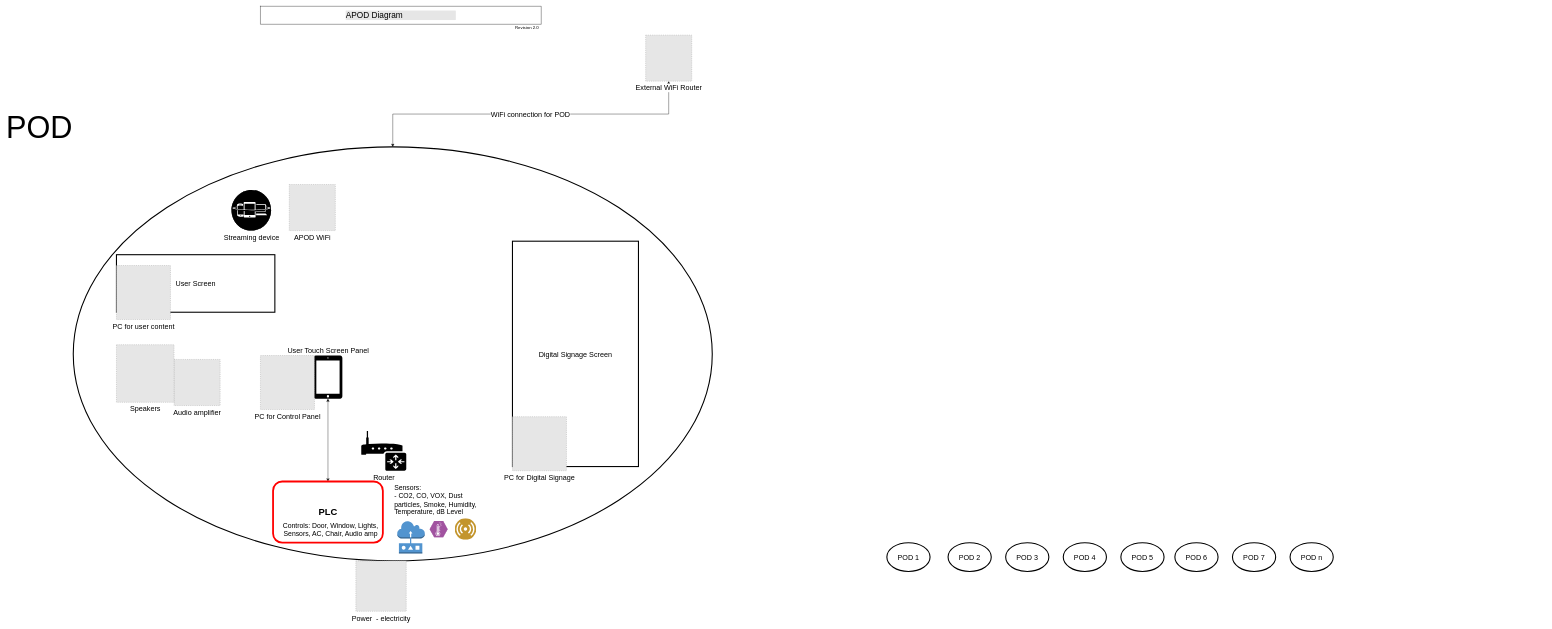
matevz-dev/Airpod keeps this draw.io diagram as AIRPOD_Diagram.drawio. Above is the earlier version. Source tidied: cells renumbered, new cells numbered last; positions are measured from the earlier drawing's top-left corner, leaving out a move shared by most shapes. Both pictures are drawn from the tidied source at 36%, with x=0, y=0 at pixel (73, 6). Pictures stored in the file or linked from it are replaced by grey dashed boxes.
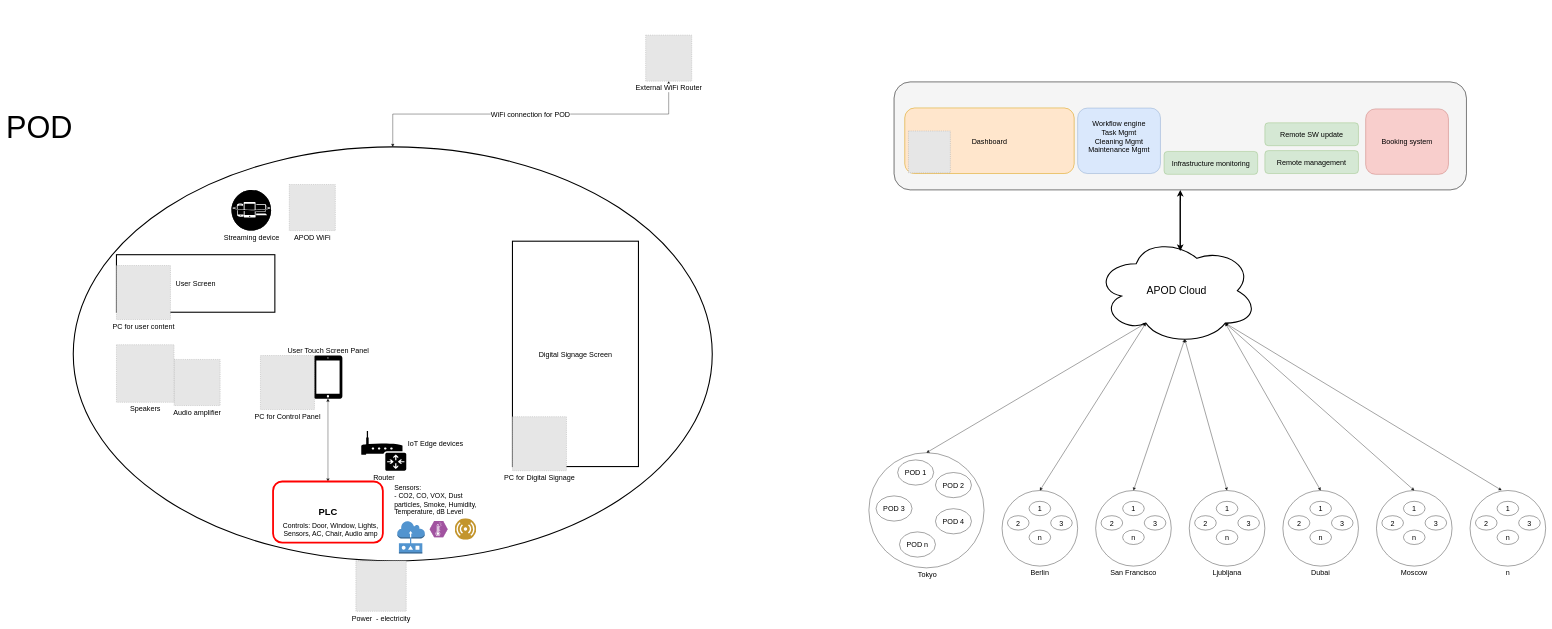
The same page after the edit.

Change to the diagram source:
```diff
@@
-    <mxCell id="5" style="shape=table;html=1;whiteSpace=wrap;startSize=0;childLayout=tableLayout;labelBackgroundColor=#E6E6E6;" parent="1" vertex="1">
-      <mxGeometry x="520" width="780" height="50" as="geometry" />
-    </mxCell>
-    <mxCell id="6" style="shape=partialRectangle;html=1;whiteSpace=wrap;fillColor=none;top=0;left=0;bottom=0;right=0;labelBackgroundColor=#E6E6E6;" parent="5" vertex="1">
-      <mxGeometry width="780" height="50" as="geometry" />
-    </mxCell>
-    <mxCell id="7" value="&lt;font style=&quot;font-size: 23px&quot;&gt;&lt;span style=&quot;background-color: rgb(230 , 230 , 230)&quot;&gt;&lt;font style=&quot;font-size: 23px&quot;&gt;APOD Diagram &amp;nbsp;&amp;nbsp;&amp;nbsp;&amp;nbsp;&amp;nbsp;&amp;nbsp;&amp;nbsp;&amp;nbsp;&amp;nbsp;&amp;nbsp;&amp;nbsp;&amp;nbsp;&amp;nbsp;&amp;nbsp;&amp;nbsp;&amp;nbsp;&amp;nbsp;&amp;nbsp;&amp;nbsp;&amp;nbsp;&amp;nbsp;&amp;nbsp; &lt;/font&gt;&lt;/span&gt;&lt;/font&gt;" style="shape=partialRectangle;html=1;whiteSpace=wrap;overflow=hidden;fillColor=none;top=0;left=0;bottom=0;right=0;align=center;labelBackgroundColor=#E6E6E6;" parent="6" vertex="1">
-      <mxGeometry width="780" height="50" as="geometry" />
-    </mxCell>
-    <mxCell id="8" value="Revision 2.0" style="text;html=1;align=center;verticalAlign=middle;" parent="1" vertex="1">
-      <mxGeometry x="1220" y="50" width="80" height="20" as="geometry" />
-    </mxCell>
@@
-    <mxCell id="28" value="POD 7" style="ellipse;whiteSpace=wrap;html=1;strokeColor=#000000;strokeWidth=3;fillColor=none;fontSize=20;fontColor=#000000;align=center;" parent="1" vertex="1">
-      <mxGeometry x="3220" y="1490" width="120" height="80" as="geometry" />
-    </mxCell>
-    <mxCell id="29" value="POD 6" style="ellipse;whiteSpace=wrap;html=1;strokeColor=#000000;strokeWidth=3;fillColor=none;fontSize=20;fontColor=#000000;align=center;" parent="1" vertex="1">
-      <mxGeometry x="3060" y="1490" width="120" height="80" as="geometry" />
-    </mxCell>
-    <mxCell id="30" value="POD 5" style="ellipse;whiteSpace=wrap;html=1;strokeColor=#000000;strokeWidth=3;fillColor=none;fontSize=20;fontColor=#000000;align=center;" parent="1" vertex="1">
-      <mxGeometry x="2910" y="1490" width="120" height="80" as="geometry" />
-    </mxCell>
-    <mxCell id="31" value="POD 4" style="ellipse;whiteSpace=wrap;html=1;strokeColor=#000000;strokeWidth=3;fillColor=none;fontSize=20;fontColor=#000000;align=center;" parent="1" vertex="1">
-      <mxGeometry x="2750" y="1490" width="120" height="80" as="geometry" />
-    </mxCell>
-    <mxCell id="32" value="POD 3" style="ellipse;whiteSpace=wrap;html=1;strokeColor=#000000;strokeWidth=3;fillColor=none;fontSize=20;fontColor=#000000;align=center;" parent="1" vertex="1">
-      <mxGeometry x="2590" y="1490" width="120" height="80" as="geometry" />
-    </mxCell>
+    <mxCell id="36" style="edgeStyle=none;rounded=0;jettySize=auto;html=1;entryX=0.8;entryY=0.8;entryDx=0;entryDy=0;entryPerimeter=0;startArrow=classic;startFill=1;fontSize=85;fontColor=#000000;exitX=0.5;exitY=0;exitDx=0;exitDy=0;" parent="1" edge="1" source="76" target="44">
+      <mxGeometry relative="1" as="geometry" />
+    </mxCell>
+    <mxCell id="37" style="edgeStyle=none;rounded=0;jettySize=auto;html=1;entryX=0.8;entryY=0.8;entryDx=0;entryDy=0;entryPerimeter=0;startArrow=classic;startFill=1;fontSize=85;fontColor=#000000;exitX=0.5;exitY=0;exitDx=0;exitDy=0;" parent="1" edge="1" source="70" target="44">
+      <mxGeometry relative="1" as="geometry" />
+    </mxCell>
+    <mxCell id="38" style="edgeStyle=none;rounded=0;jettySize=auto;html=1;entryX=0.55;entryY=0.95;entryDx=0;entryDy=0;entryPerimeter=0;startArrow=classic;startFill=1;fontSize=85;fontColor=#000000;exitX=0.5;exitY=0;exitDx=0;exitDy=0;" parent="1" edge="1" source="64" target="44">
+      <mxGeometry relative="1" as="geometry" />
+    </mxCell>
+    <mxCell id="39" style="edgeStyle=none;rounded=0;jettySize=auto;html=1;entryX=0.55;entryY=0.95;entryDx=0;entryDy=0;entryPerimeter=0;startArrow=classic;startFill=1;fontSize=85;fontColor=#000000;exitX=0.5;exitY=0;exitDx=0;exitDy=0;" parent="1" edge="1" source="58" target="44">
+      <mxGeometry relative="1" as="geometry" />
+    </mxCell>
+    <mxCell id="40" style="edgeStyle=none;rounded=0;jettySize=auto;html=1;entryX=0.31;entryY=0.8;entryDx=0;entryDy=0;entryPerimeter=0;startArrow=classic;startFill=1;fontSize=85;fontColor=#000000;exitX=0.5;exitY=0;exitDx=0;exitDy=0;" parent="1" edge="1" source="52" target="44">
+      <mxGeometry relative="1" as="geometry" />
+    </mxCell>
+    <mxCell id="41" style="rounded=0;jettySize=auto;html=1;entryX=0.31;entryY=0.8;entryDx=0;entryDy=0;entryPerimeter=0;startArrow=classic;startFill=1;fontSize=85;fontColor=#000000;exitX=0.5;exitY=0;exitDx=0;exitDy=0;" parent="1" edge="1" source="46" target="44">
+      <mxGeometry relative="1" as="geometry" />
+    </mxCell>
+    <mxCell id="42" style="edgeStyle=none;rounded=0;jettySize=auto;html=1;entryX=0.8;entryY=0.8;entryDx=0;entryDy=0;entryPerimeter=0;startArrow=classic;startFill=1;fontSize=85;fontColor=#000000;exitX=0.417;exitY=-0.003;exitDx=0;exitDy=0;exitPerimeter=0;" parent="1" edge="1" source="82" target="44">
+      <mxGeometry relative="1" as="geometry" />
+    </mxCell>
+    <mxCell id="43" style="edgeStyle=none;rounded=0;jettySize=auto;html=1;exitX=0.522;exitY=0.133;exitDx=0;exitDy=0;exitPerimeter=0;entryX=0.5;entryY=1;entryDx=0;entryDy=0;startArrow=classic;startFill=1;fontSize=20;fontColor=#000000;strokeWidth=4;" parent="1" edge="1" source="44" target="85">
+      <mxGeometry relative="1" as="geometry" />
+    </mxCell>
+    <mxCell id="44" value="APOD Cloud" style="ellipse;shape=cloud;whiteSpace=wrap;html=1;strokeColor=#000000;strokeWidth=3;fillColor=none;fontSize=29;fontColor=#000000;align=center;" parent="1" vertex="1">
+      <mxGeometry x="2840" y="640" width="450" height="300" as="geometry" />
+    </mxCell>
+    <mxCell id="45" style="group;" parent="1" vertex="1">
+      <mxGeometry x="2210" y="1220" width="320" height="320" as="geometry" />
+    </mxCell>
+    <mxCell id="46" value="&lt;div&gt;&amp;nbsp;Tokyo&lt;/div&gt;" style="ellipse;whiteSpace=wrap;html=1;strokeColor=#000000;strokeWidth=1;fillColor=none;fontSize=20;fontColor=#000000;align=center;labelPosition=center;verticalLabelPosition=bottom;verticalAlign=top;" parent="45" vertex="1">
+      <mxGeometry y="20" width="320" height="320" as="geometry" />
+    </mxCell>
-    <mxCell id="33" value="POD 2" style="ellipse;whiteSpace=wrap;html=1;strokeColor=#000000;strokeWidth=3;fillColor=none;fontSize=20;fontColor=#000000;align=center;" parent="1" vertex="1">
-      <mxGeometry x="2430" y="1490" width="120" height="80" as="geometry" />
+    <mxCell id="33" value="POD 2" style="ellipse;whiteSpace=wrap;html=1;strokeColor=#000000;strokeWidth=1;fillColor=none;fontSize=20;fontColor=#000000;align=center;" parent="45" vertex="1">
+      <mxGeometry x="185" y="75" width="100" height="70" as="geometry" />
     </mxCell>
-    <mxCell id="34" value="POD 1" style="ellipse;whiteSpace=wrap;html=1;strokeColor=#000000;strokeWidth=3;fillColor=none;fontSize=20;fontColor=#000000;align=center;" parent="1" vertex="1">
-      <mxGeometry x="2260" y="1490" width="120" height="80" as="geometry" />
+    <mxCell id="34" value="POD 1" style="ellipse;whiteSpace=wrap;html=1;strokeColor=#000000;strokeWidth=1;fillColor=none;fontSize=20;fontColor=#000000;align=center;" parent="45" vertex="1">
+      <mxGeometry x="80" y="40" width="100" height="70" as="geometry" />
     </mxCell>
+    <mxCell id="32" value="POD 3" style="ellipse;whiteSpace=wrap;html=1;strokeColor=#000000;strokeWidth=1;fillColor=none;fontSize=20;fontColor=#000000;align=center;" parent="45" vertex="1">
+      <mxGeometry x="20" y="140" width="100" height="70" as="geometry" />
+    </mxCell>
-    <mxCell id="35" value="POD n" style="ellipse;whiteSpace=wrap;html=1;strokeColor=#000000;strokeWidth=3;fillColor=none;fontSize=20;fontColor=#000000;align=center;" parent="1" vertex="1">
-      <mxGeometry x="3380" y="1490" width="120" height="80" as="geometry" />
+    <mxCell id="35" value="POD n" style="ellipse;whiteSpace=wrap;html=1;strokeColor=#000000;strokeWidth=1;fillColor=none;fontSize=20;fontColor=#000000;align=center;" parent="45" vertex="1">
+      <mxGeometry x="85" y="240" width="100" height="70" as="geometry" />
     </mxCell>
+    <mxCell id="31" value="POD 4" style="ellipse;whiteSpace=wrap;html=1;strokeColor=#000000;strokeWidth=1;fillColor=none;fontSize=20;fontColor=#000000;align=center;" parent="45" vertex="1">
+      <mxGeometry x="185" y="175.5" width="100" height="70" as="geometry" />
+    </mxCell>
+    <mxCell id="47" style="group;" parent="1" vertex="1">
+      <mxGeometry x="2580" y="1345" width="210" height="210" as="geometry" />
+    </mxCell>
+    <mxCell id="48" value="1" style="ellipse;whiteSpace=wrap;html=1;strokeColor=#000000;strokeWidth=1;fillColor=none;fontSize=20;fontColor=#000000;align=center;" parent="47" vertex="1">
+      <mxGeometry x="75" y="30" width="60" height="40" as="geometry" />
+    </mxCell>
+    <mxCell id="49" value="3" style="ellipse;whiteSpace=wrap;html=1;strokeColor=#000000;strokeWidth=1;fillColor=none;fontSize=20;fontColor=#000000;align=center;" parent="47" vertex="1">
+      <mxGeometry x="135" y="70" width="60" height="40" as="geometry" />
+    </mxCell>
+    <mxCell id="50" value="n" style="ellipse;whiteSpace=wrap;html=1;strokeColor=#000000;strokeWidth=1;fillColor=none;fontSize=20;fontColor=#000000;align=center;" parent="47" vertex="1">
+      <mxGeometry x="75" y="110" width="60" height="40" as="geometry" />
+    </mxCell>
+    <mxCell id="51" value="2" style="ellipse;whiteSpace=wrap;html=1;strokeColor=#000000;strokeWidth=1;fillColor=none;fontSize=20;fontColor=#000000;align=center;" parent="47" vertex="1">
+      <mxGeometry x="15" y="70" width="60" height="40" as="geometry" />
+    </mxCell>
+    <mxCell id="52" value="Berlin" style="ellipse;whiteSpace=wrap;html=1;strokeColor=#000000;strokeWidth=1;fillColor=none;fontSize=20;fontColor=#000000;align=center;labelPosition=center;verticalLabelPosition=bottom;verticalAlign=top;" parent="47" vertex="1">
+      <mxGeometry width="210" height="210" as="geometry" />
+    </mxCell>
+    <mxCell id="53" value="San Francisco" style="group;labelPosition=center;verticalLabelPosition=bottom;align=center;verticalAlign=top;fontSize=20;" parent="1" vertex="1">
+      <mxGeometry x="2840" y="1345" width="210" height="210" as="geometry" />
+    </mxCell>
+    <mxCell id="54" value="1" style="ellipse;whiteSpace=wrap;html=1;strokeColor=#000000;strokeWidth=1;fillColor=none;fontSize=20;fontColor=#000000;align=center;" parent="53" vertex="1">
+      <mxGeometry x="75" y="30" width="60" height="40" as="geometry" />
+    </mxCell>
+    <mxCell id="55" value="3" style="ellipse;whiteSpace=wrap;html=1;strokeColor=#000000;strokeWidth=1;fillColor=none;fontSize=20;fontColor=#000000;align=center;" parent="53" vertex="1">
+      <mxGeometry x="135" y="70" width="60" height="40" as="geometry" />
+    </mxCell>
+    <mxCell id="56" value="n" style="ellipse;whiteSpace=wrap;html=1;strokeColor=#000000;strokeWidth=1;fillColor=none;fontSize=20;fontColor=#000000;align=center;" parent="53" vertex="1">
+      <mxGeometry x="75" y="110" width="60" height="40" as="geometry" />
+    </mxCell>
+    <mxCell id="57" value="2" style="ellipse;whiteSpace=wrap;html=1;strokeColor=#000000;strokeWidth=1;fillColor=none;fontSize=20;fontColor=#000000;align=center;" parent="53" vertex="1">
+      <mxGeometry x="15" y="70" width="60" height="40" as="geometry" />
+    </mxCell>
+    <mxCell id="58" style="ellipse;whiteSpace=wrap;html=1;strokeColor=#000000;strokeWidth=1;fillColor=none;fontSize=20;fontColor=#000000;align=center;labelPosition=center;verticalLabelPosition=bottom;verticalAlign=top;" parent="53" vertex="1">
+      <mxGeometry width="210" height="210" as="geometry" />
+    </mxCell>
+    <mxCell id="59" value="Ljubljana" style="group;labelPosition=center;verticalLabelPosition=bottom;align=center;verticalAlign=top;fontSize=20;" parent="1" vertex="1">
+      <mxGeometry x="3100" y="1345" width="210" height="210" as="geometry" />
+    </mxCell>
+    <mxCell id="60" value="1" style="ellipse;whiteSpace=wrap;html=1;strokeColor=#000000;strokeWidth=1;fillColor=none;fontSize=20;fontColor=#000000;align=center;" parent="59" vertex="1">
+      <mxGeometry x="75" y="30" width="60" height="40" as="geometry" />
+    </mxCell>
+    <mxCell id="61" value="3" style="ellipse;whiteSpace=wrap;html=1;strokeColor=#000000;strokeWidth=1;fillColor=none;fontSize=20;fontColor=#000000;align=center;" parent="59" vertex="1">
+      <mxGeometry x="135" y="70" width="60" height="40" as="geometry" />
+    </mxCell>
+    <mxCell id="62" value="n" style="ellipse;whiteSpace=wrap;html=1;strokeColor=#000000;strokeWidth=1;fillColor=none;fontSize=20;fontColor=#000000;align=center;" parent="59" vertex="1">
+      <mxGeometry x="75" y="110" width="60" height="40" as="geometry" />
+    </mxCell>
+    <mxCell id="63" value="2" style="ellipse;whiteSpace=wrap;html=1;strokeColor=#000000;strokeWidth=1;fillColor=none;fontSize=20;fontColor=#000000;align=center;" parent="59" vertex="1">
+      <mxGeometry x="15" y="70" width="60" height="40" as="geometry" />
+    </mxCell>
+    <mxCell id="64" style="ellipse;whiteSpace=wrap;html=1;strokeColor=#000000;strokeWidth=1;fillColor=none;fontSize=20;fontColor=#000000;align=center;labelPosition=center;verticalLabelPosition=bottom;verticalAlign=top;" parent="59" vertex="1">
+      <mxGeometry width="210" height="210" as="geometry" />
+    </mxCell>
+    <mxCell id="65" value="Dubai" style="group;labelPosition=center;verticalLabelPosition=bottom;align=center;verticalAlign=top;fontSize=20;" parent="1" vertex="1">
+      <mxGeometry x="3360" y="1345" width="210" height="210" as="geometry" />
+    </mxCell>
+    <mxCell id="66" value="1" style="ellipse;whiteSpace=wrap;html=1;strokeColor=#000000;strokeWidth=1;fillColor=none;fontSize=20;fontColor=#000000;align=center;" parent="65" vertex="1">
+      <mxGeometry x="75" y="30" width="60" height="40" as="geometry" />
+    </mxCell>
+    <mxCell id="67" value="3" style="ellipse;whiteSpace=wrap;html=1;strokeColor=#000000;strokeWidth=1;fillColor=none;fontSize=20;fontColor=#000000;align=center;" parent="65" vertex="1">
+      <mxGeometry x="135" y="70" width="60" height="40" as="geometry" />
+    </mxCell>
+    <mxCell id="68" value="n" style="ellipse;whiteSpace=wrap;html=1;strokeColor=#000000;strokeWidth=1;fillColor=none;fontSize=20;fontColor=#000000;align=center;" parent="65" vertex="1">
+      <mxGeometry x="75" y="110" width="60" height="40" as="geometry" />
+    </mxCell>
+    <mxCell id="69" value="2" style="ellipse;whiteSpace=wrap;html=1;strokeColor=#000000;strokeWidth=1;fillColor=none;fontSize=20;fontColor=#000000;align=center;" parent="65" vertex="1">
+      <mxGeometry x="15" y="70" width="60" height="40" as="geometry" />
+    </mxCell>
+    <mxCell id="70" style="ellipse;whiteSpace=wrap;html=1;strokeColor=#000000;strokeWidth=1;fillColor=none;fontSize=20;fontColor=#000000;align=center;labelPosition=center;verticalLabelPosition=bottom;verticalAlign=top;" parent="65" vertex="1">
+      <mxGeometry width="210" height="210" as="geometry" />
+    </mxCell>
+    <mxCell id="71" value="Moscow" style="group;labelPosition=center;verticalLabelPosition=bottom;align=center;verticalAlign=top;fontSize=20;" parent="1" vertex="1">
+      <mxGeometry x="3620" y="1345" width="210" height="210" as="geometry" />
+    </mxCell>
+    <mxCell id="72" value="1" style="ellipse;whiteSpace=wrap;html=1;strokeColor=#000000;strokeWidth=1;fillColor=none;fontSize=20;fontColor=#000000;align=center;" parent="71" vertex="1">
+      <mxGeometry x="75" y="30" width="60" height="40" as="geometry" />
+    </mxCell>
+    <mxCell id="73" value="3" style="ellipse;whiteSpace=wrap;html=1;strokeColor=#000000;strokeWidth=1;fillColor=none;fontSize=20;fontColor=#000000;align=center;" parent="71" vertex="1">
+      <mxGeometry x="135" y="70" width="60" height="40" as="geometry" />
+    </mxCell>
+    <mxCell id="74" value="n" style="ellipse;whiteSpace=wrap;html=1;strokeColor=#000000;strokeWidth=1;fillColor=none;fontSize=20;fontColor=#000000;align=center;" parent="71" vertex="1">
+      <mxGeometry x="75" y="110" width="60" height="40" as="geometry" />
+    </mxCell>
+    <mxCell id="75" value="2" style="ellipse;whiteSpace=wrap;html=1;strokeColor=#000000;strokeWidth=1;fillColor=none;fontSize=20;fontColor=#000000;align=center;" parent="71" vertex="1">
+      <mxGeometry x="15" y="70" width="60" height="40" as="geometry" />
+    </mxCell>
+    <mxCell id="76" style="ellipse;whiteSpace=wrap;html=1;strokeColor=#000000;strokeWidth=1;fillColor=none;fontSize=20;fontColor=#000000;align=center;labelPosition=center;verticalLabelPosition=bottom;verticalAlign=top;" parent="71" vertex="1">
+      <mxGeometry width="210" height="210" as="geometry" />
+    </mxCell>
+    <mxCell id="77" value="n" style="group;labelPosition=center;verticalLabelPosition=bottom;align=center;verticalAlign=top;fontSize=20;" parent="1" vertex="1">
+      <mxGeometry x="3880" y="1345" width="210" height="210" as="geometry" />
+    </mxCell>
+    <mxCell id="78" value="1" style="ellipse;whiteSpace=wrap;html=1;strokeColor=#000000;strokeWidth=1;fillColor=none;fontSize=20;fontColor=#000000;align=center;" parent="77" vertex="1">
+      <mxGeometry x="75" y="30" width="60" height="40" as="geometry" />
+    </mxCell>
+    <mxCell id="79" value="3" style="ellipse;whiteSpace=wrap;html=1;strokeColor=#000000;strokeWidth=1;fillColor=none;fontSize=20;fontColor=#000000;align=center;" parent="77" vertex="1">
+      <mxGeometry x="135" y="70" width="60" height="40" as="geometry" />
+    </mxCell>
+    <mxCell id="80" value="n" style="ellipse;whiteSpace=wrap;html=1;strokeColor=#000000;strokeWidth=1;fillColor=none;fontSize=20;fontColor=#000000;align=center;" parent="77" vertex="1">
+      <mxGeometry x="75" y="110" width="60" height="40" as="geometry" />
+    </mxCell>
+    <mxCell id="81" value="2" style="ellipse;whiteSpace=wrap;html=1;strokeColor=#000000;strokeWidth=1;fillColor=none;fontSize=20;fontColor=#000000;align=center;" parent="77" vertex="1">
+      <mxGeometry x="15" y="70" width="60" height="40" as="geometry" />
+    </mxCell>
+    <mxCell id="82" style="ellipse;whiteSpace=wrap;html=1;strokeColor=#000000;strokeWidth=1;fillColor=none;fontSize=20;fontColor=#000000;align=center;labelPosition=center;verticalLabelPosition=bottom;verticalAlign=top;" parent="77" vertex="1">
+      <mxGeometry width="210" height="210" as="geometry" />
+    </mxCell>
+    <mxCell id="83" value="IoT Edge devices" style="text;html=1;strokeColor=none;fillColor=none;align=center;verticalAlign=middle;whiteSpace=wrap;rounded=0;fontSize=20;fontColor=#000000;" parent="1" vertex="1">
+      <mxGeometry x="920" y="1190" width="173" height="50" as="geometry" />
+    </mxCell>
+    <mxCell id="84" style="group;fillColor=#f5f5f5;strokeColor=#666666;fontColor=#333333;rounded=1;" parent="1" vertex="1">
+      <mxGeometry x="2280" y="210" width="1590" height="300" as="geometry" />
+    </mxCell>
+    <mxCell id="85" style="rounded=1;whiteSpace=wrap;html=1;sketch=0;strokeColor=#000000;strokeWidth=1;fontSize=20;fontColor=#000000;align=center;fillColor=none;" parent="84" vertex="1">
+      <mxGeometry width="1590" height="300" as="geometry" />
+    </mxCell>
+    <mxCell id="86" style="group;rounded=1;fillColor=#ffe6cc;strokeColor=#d79b00;" parent="84" vertex="1">
+      <mxGeometry x="30" y="72.7" width="470" height="181.8" as="geometry" />
+    </mxCell>
+    <mxCell id="87" value="Dashboard" style="rounded=1;whiteSpace=wrap;html=1;sketch=0;strokeWidth=1;fontSize=20;align=center;fillColor=#ffe6cc;strokeColor=#d79b00;" parent="86" vertex="1">
+      <mxGeometry width="470" height="181.8" as="geometry" />
+    </mxCell>
+    <mxCell id="88" style="fillColor=#E6E6E6;strokeColor=#999999;dashed=1;html=1;verticalAlign=top;verticalLabelPosition=bottom;labelBackgroundColor=#ffffff;fontSize=20;fontColor=#000000;align=center;" parent="86" vertex="1">
+      <mxGeometry x="10" y="63.6" width="116.4" height="116.4" as="geometry" />
+    </mxCell>
+    <mxCell id="89" value="Booking system" style="rounded=1;whiteSpace=wrap;html=1;sketch=0;strokeWidth=1;fontSize=20;align=center;fillColor=#f8cecc;strokeColor=#b85450;" parent="84" vertex="1">
+      <mxGeometry x="1310" y="75" width="230" height="181.8" as="geometry" />
+    </mxCell>
+    <mxCell id="90" value="Remote management" style="rounded=1;whiteSpace=wrap;html=1;sketch=0;strokeWidth=1;fontSize=20;align=center;fillColor=#d5e8d4;strokeColor=#82b366;" parent="84" vertex="1">
+      <mxGeometry x="1030" y="190.9" width="260" height="63.6" as="geometry" />
+    </mxCell>
+    <mxCell id="91" value="&lt;div&gt;Workflow engine&lt;/div&gt;&lt;div&gt;Task Mgmt&lt;/div&gt;&lt;div&gt;Cleaning Mgmt&lt;/div&gt;&lt;div&gt;Maintenance Mgmt&lt;br&gt;&lt;/div&gt;&lt;div&gt;&lt;br&gt;&lt;/div&gt;" style="rounded=1;whiteSpace=wrap;html=1;sketch=0;strokeWidth=1;fontSize=20;align=center;fillColor=#dae8fc;strokeColor=#6c8ebf;" parent="84" vertex="1">
+      <mxGeometry x="510" y="72.7" width="230" height="181.8" as="geometry" />
+    </mxCell>
+    <mxCell id="92" value="Infrastructure monitoring" style="rounded=1;whiteSpace=wrap;html=1;sketch=0;strokeWidth=1;fontSize=20;align=center;fillColor=#d5e8d4;strokeColor=#82b366;" parent="84" vertex="1">
+      <mxGeometry x="750" y="193.2" width="260" height="63.6" as="geometry" />
+    </mxCell>
+    <mxCell id="93" value="Remote SW update" style="rounded=1;whiteSpace=wrap;html=1;sketch=0;strokeWidth=1;fontSize=20;align=center;fillColor=#d5e8d4;strokeColor=#82b366;" parent="84" vertex="1">
+      <mxGeometry x="1030" y="113.6" width="260" height="63.6" as="geometry" />
+    </mxCell>
```
